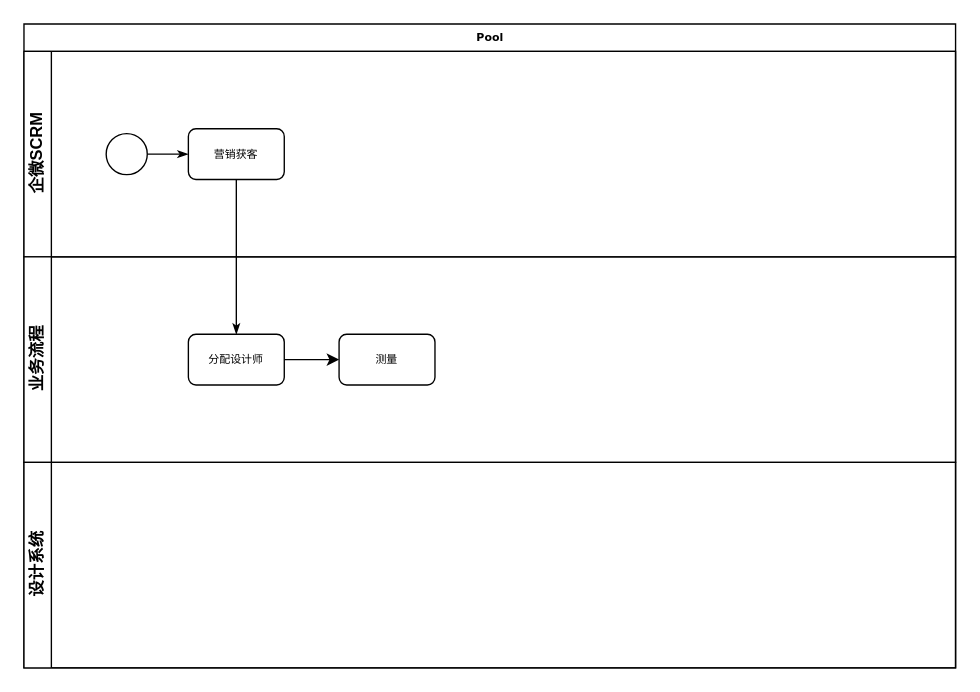
Before: 模拟红富士木作流程.drawio in tangjf420/draw, a draw.io diagram. Source tidied: cells renumbered, new cells numbered last; positions are measured from the earlier drawing's top-left corner, leaving out a move shared by most shapes. Both pictures are drawn from the tidied source at 137%, with x=0, y=0 at pixel (23, 23).
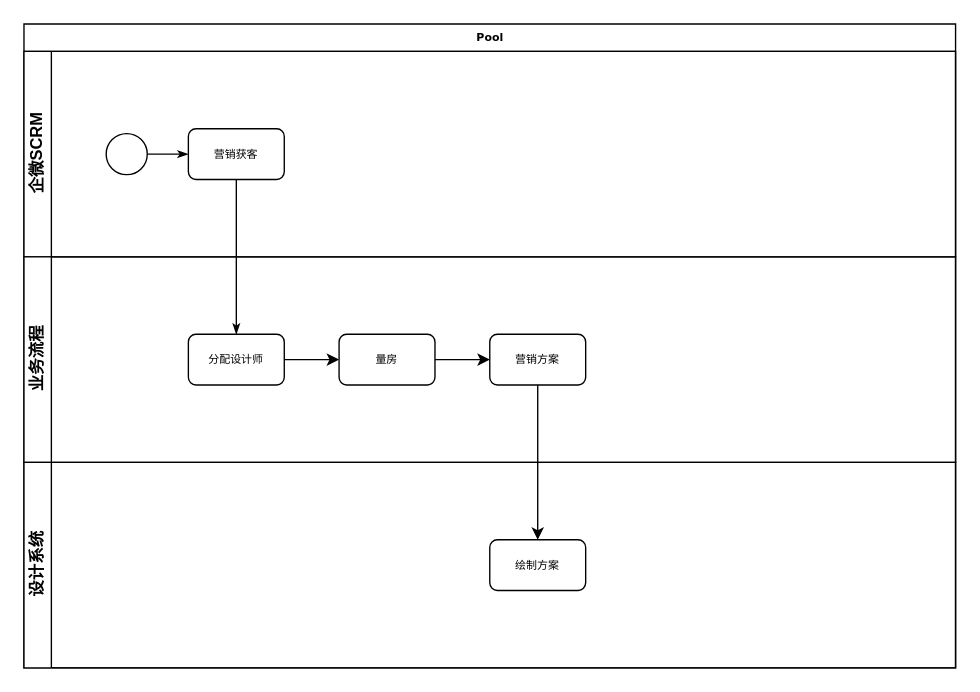
Above is the later version.

Commit message:
更新模拟红富士木作流程.drawio

Diff of the diagram source:
```diff
@@
 <mxGraphModel>
   <root>
     <mxCell id="0" />
     <mxCell id="1" parent="0" />
     <mxCell id="2" value="Pool" style="swimlane;html=1;horizontal=1;startSize=20;rounded=0;shadow=0;labelBackgroundColor=none;strokeWidth=1;fontFamily=Verdana;fontSize=8;align=center;" parent="1" vertex="1">
       <mxGeometry width="680" height="470" as="geometry" />
     </mxCell>
     <mxCell id="3" value="企微SCRM" style="swimlane;html=1;startSize=20;horizontal=0;" parent="2" vertex="1">
       <mxGeometry y="20" width="680" height="150" as="geometry" />
     </mxCell>
     <mxCell id="4" style="edgeStyle=orthogonalEdgeStyle;rounded=0;html=1;labelBackgroundColor=none;startArrow=none;startFill=0;startSize=5;endArrow=classicThin;endFill=1;endSize=5;jettySize=auto;strokeWidth=1;fontFamily=Verdana;fontSize=8;" parent="3" edge="1" source="5" target="6">
       <mxGeometry relative="1" as="geometry" />
     </mxCell>
     <mxCell id="5" style="ellipse;whiteSpace=wrap;html=1;rounded=0;shadow=0;labelBackgroundColor=none;strokeWidth=1;fontFamily=Verdana;fontSize=8;align=center;" parent="3" vertex="1">
       <mxGeometry x="60" y="60" width="30" height="30" as="geometry" />
     </mxCell>
     <mxCell id="6" value="营销获客" style="rounded=1;whiteSpace=wrap;html=1;shadow=0;labelBackgroundColor=none;strokeWidth=1;fontFamily=Verdana;fontSize=8;align=center;" parent="3" vertex="1">
       <mxGeometry x="120" y="56.5" width="70" height="37" as="geometry" />
     </mxCell>
     <mxCell id="7" value="业务流程" style="swimlane;html=1;startSize=20;horizontal=0;" parent="2" vertex="1">
       <mxGeometry y="170" width="680" height="150" as="geometry" />
     </mxCell>
     <mxCell id="8" value="分配设计师" style="rounded=1;whiteSpace=wrap;html=1;shadow=0;labelBackgroundColor=none;strokeWidth=1;fontFamily=Verdana;fontSize=8;align=center;" parent="7" vertex="1">
       <mxGeometry x="120" y="56.5" width="70" height="37" as="geometry" />
     </mxCell>
-    <mxCell id="9" style="edgeStyle=orthogonalEdgeStyle;rounded=0;jettySize=auto;html=1;entryX=0;entryY=0.5;entryDx=0;entryDy=0;" parent="7" edge="1" source="8" target="10">
+    <mxCell id="9" style="edgeStyle=orthogonalEdgeStyle;rounded=0;jettySize=auto;html=1;" parent="7" edge="1" source="8" target="14">
       <mxGeometry relative="1" as="geometry" />
     </mxCell>
-    <mxCell id="10" value="测量" style="rounded=1;whiteSpace=wrap;html=1;shadow=0;labelBackgroundColor=none;strokeWidth=1;fontFamily=Verdana;fontSize=8;align=center;" parent="7" vertex="1">
-      <mxGeometry x="230" y="56.5" width="70" height="37" as="geometry" />
-    </mxCell>
+    <mxCell id="13" style="edgeStyle=orthogonalEdgeStyle;rounded=0;jettySize=auto;html=1;exitX=1;exitY=0.5;exitDx=0;exitDy=0;entryX=0;entryY=0.5;entryDx=0;entryDy=0;fontFamily=Verdana;fontSize=8;fontColor=default;" parent="7" edge="1" source="14" target="15">
+      <mxGeometry relative="1" as="geometry" />
+    </mxCell>
+    <mxCell id="14" value="量房" style="rounded=1;whiteSpace=wrap;html=1;shadow=0;labelBackgroundColor=none;strokeWidth=1;fontFamily=Verdana;fontSize=8;align=center;" parent="7" vertex="1">
+      <mxGeometry x="230" y="56.5" width="70" height="37" as="geometry" />
+    </mxCell>
+    <mxCell id="15" value="营销方案" style="rounded=1;whiteSpace=wrap;html=1;shadow=0;labelBackgroundColor=none;strokeWidth=1;fontFamily=Verdana;fontSize=8;align=center;" parent="7" vertex="1">
+      <mxGeometry x="340" y="56.5" width="70" height="37" as="geometry" />
+    </mxCell>
     <mxCell id="11" value="设计系统" style="swimlane;html=1;startSize=20;horizontal=0;" parent="2" vertex="1">
       <mxGeometry y="320" width="680" height="150" as="geometry" />
     </mxCell>
+    <mxCell id="16" value="绘制方案" style="rounded=1;whiteSpace=wrap;html=1;shadow=0;labelBackgroundColor=none;strokeWidth=1;fontFamily=Verdana;fontSize=8;align=center;" parent="11" vertex="1">
+      <mxGeometry x="340" y="56.5" width="70" height="37" as="geometry" />
+    </mxCell>
     <mxCell id="12" style="edgeStyle=orthogonalEdgeStyle;rounded=0;html=1;labelBackgroundColor=none;startArrow=none;startFill=0;startSize=5;endArrow=classicThin;endFill=1;endSize=5;jettySize=auto;strokeWidth=1;fontFamily=Verdana;fontSize=8;" parent="2" edge="1" source="6" target="8">
       <mxGeometry relative="1" as="geometry" />
     </mxCell>
+    <mxCell id="17" style="edgeStyle=orthogonalEdgeStyle;rounded=0;jettySize=auto;html=1;fontFamily=Verdana;fontSize=8;fontColor=default;" parent="2" edge="1" source="15" target="16">
+      <mxGeometry relative="1" as="geometry" />
+    </mxCell>
   </root>
 </mxGraphModel>
```
